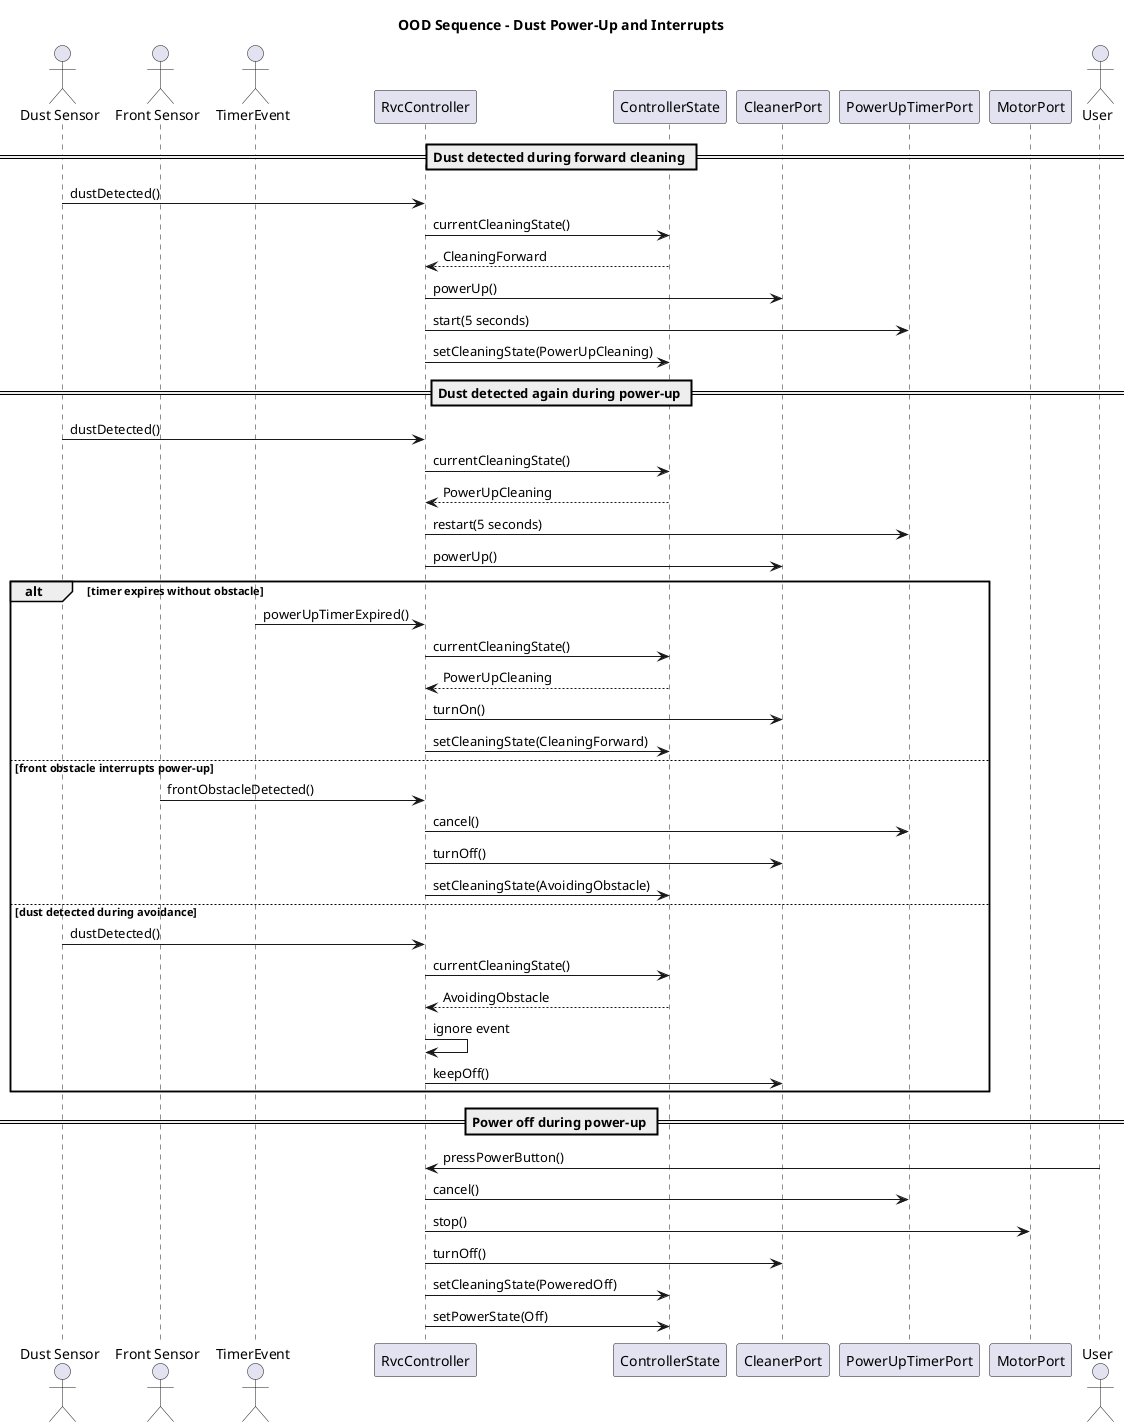
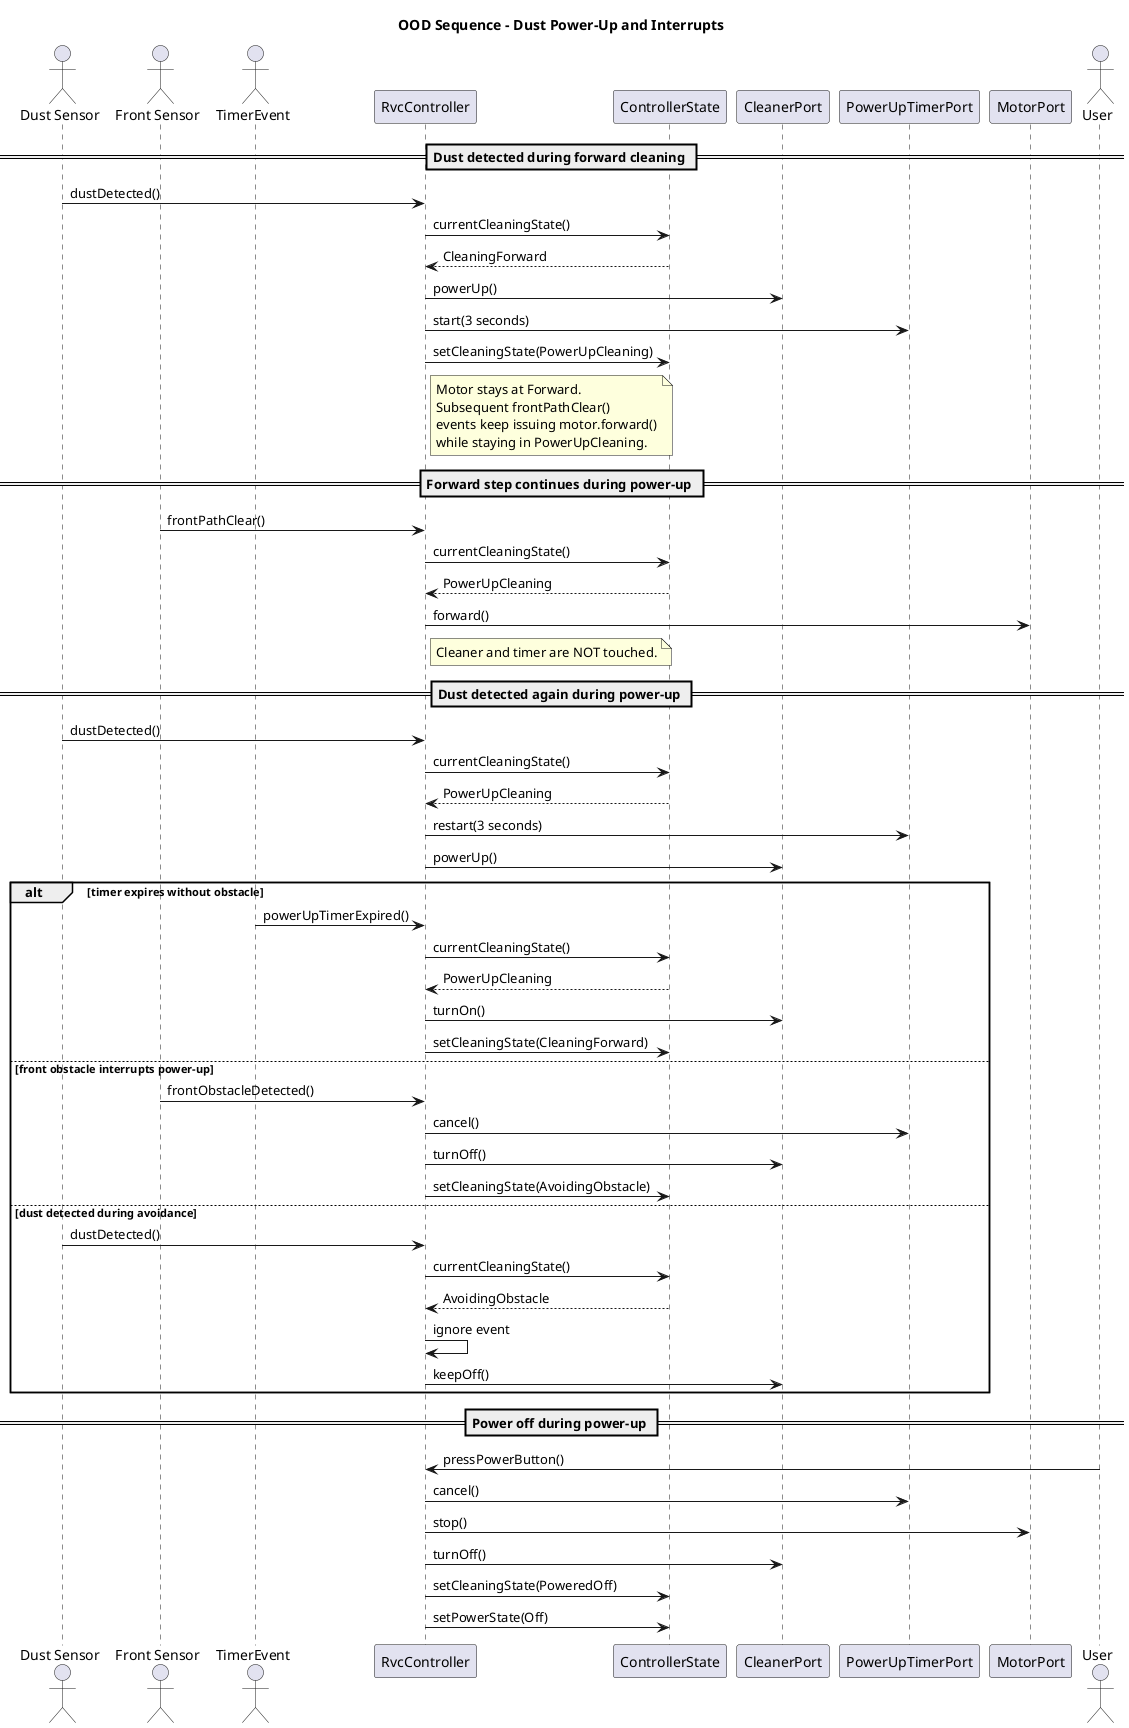
@startuml
title OOD Sequence - Dust Power-Up and Interrupts

actor "Dust Sensor" as DustSensor
actor "Front Sensor" as FrontSensor
actor TimerEvent
participant "RvcController" as Controller
participant "ControllerState" as State
participant "CleanerPort" as Cleaner
participant "PowerUpTimerPort" as Timer
participant "MotorPort" as Motor

== Dust detected during forward cleaning ==
DustSensor -> Controller: dustDetected()
Controller -> State: currentCleaningState()
State --> Controller: CleaningForward
Controller -> Cleaner: powerUp()
- Controller -> Timer: start(5 seconds)
+ Controller -> Timer: start(3 seconds)
Controller -> State: setCleaningState(PowerUpCleaning)
+ note right of Controller
+   Motor stays at Forward.
+   Subsequent frontPathClear()
+   events keep issuing motor.forward()
+   while staying in PowerUpCleaning.
+ end note
+ 
+ == Forward step continues during power-up ==
+ FrontSensor -> Controller: frontPathClear()
+ Controller -> State: currentCleaningState()
+ State --> Controller: PowerUpCleaning
+ Controller -> Motor: forward()
+ note right of Controller
+   Cleaner and timer are NOT touched.
+ end note

== Dust detected again during power-up ==
DustSensor -> Controller: dustDetected()
Controller -> State: currentCleaningState()
State --> Controller: PowerUpCleaning
- Controller -> Timer: restart(5 seconds)
+ Controller -> Timer: restart(3 seconds)
Controller -> Cleaner: powerUp()

alt timer expires without obstacle
  TimerEvent -> Controller: powerUpTimerExpired()
  Controller -> State: currentCleaningState()
  State --> Controller: PowerUpCleaning
  Controller -> Cleaner: turnOn()
  Controller -> State: setCleaningState(CleaningForward)
else front obstacle interrupts power-up
  FrontSensor -> Controller: frontObstacleDetected()
  Controller -> Timer: cancel()
  Controller -> Cleaner: turnOff()
  Controller -> State: setCleaningState(AvoidingObstacle)
else dust detected during avoidance
  DustSensor -> Controller: dustDetected()
  Controller -> State: currentCleaningState()
  State --> Controller: AvoidingObstacle
  Controller -> Controller: ignore event
  Controller -> Cleaner: keepOff()
end

== Power off during power-up ==
actor User
User -> Controller: pressPowerButton()
Controller -> Timer: cancel()
Controller -> Motor: stop()
Controller -> Cleaner: turnOff()
Controller -> State: setCleaningState(PoweredOff)
Controller -> State: setPowerState(Off)
@enduml
